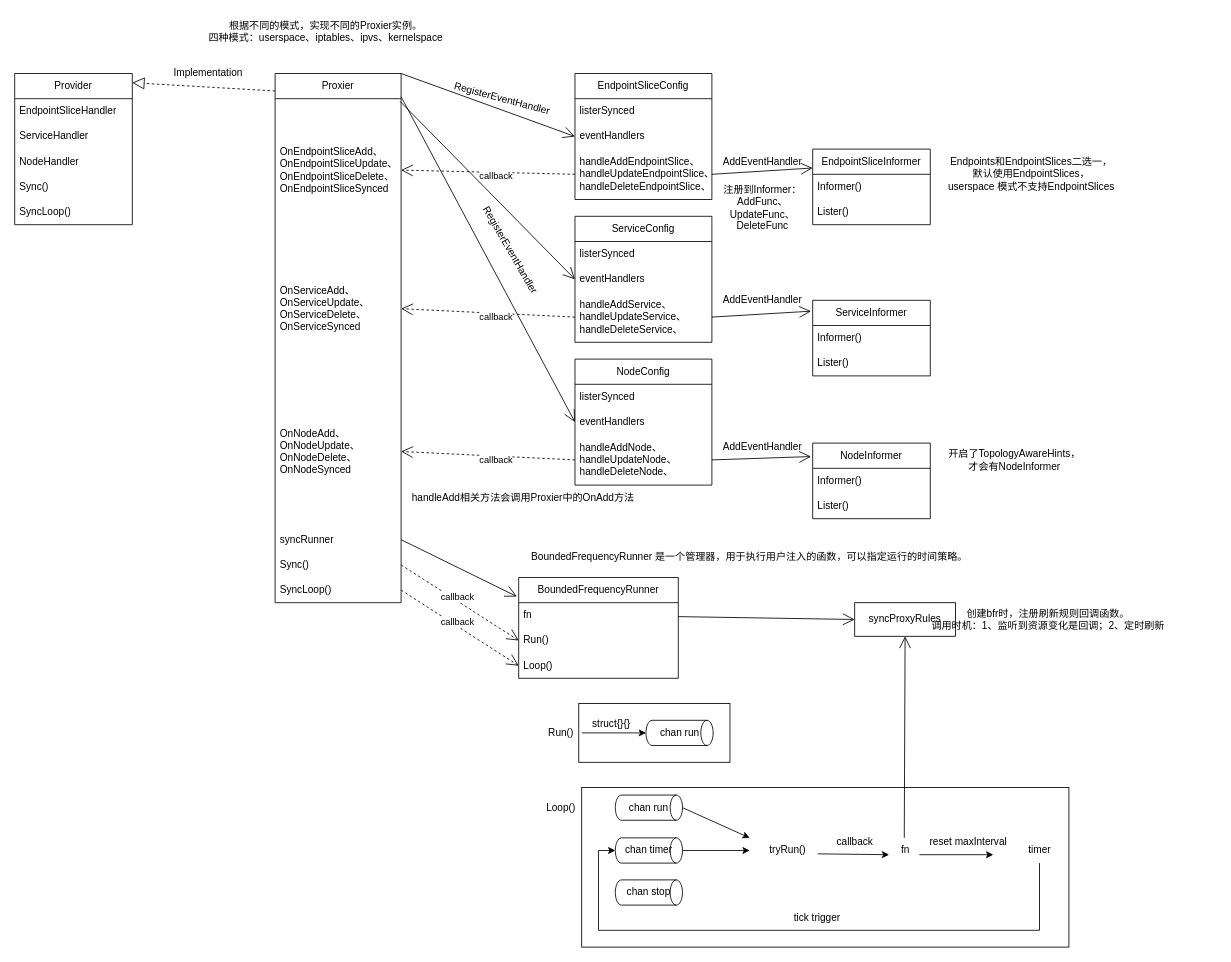
The draw.io diagram kube-proxy.drawio in Richard-Joe/draw-io, before the edit. Source tidied: cells renumbered, new cells numbered last; positions are measured from the earlier drawing's top-left corner, leaving out a move shared by most shapes. Both pictures are drawn from the tidied source at 84%, with x=0, y=0 at pixel (14, 14).
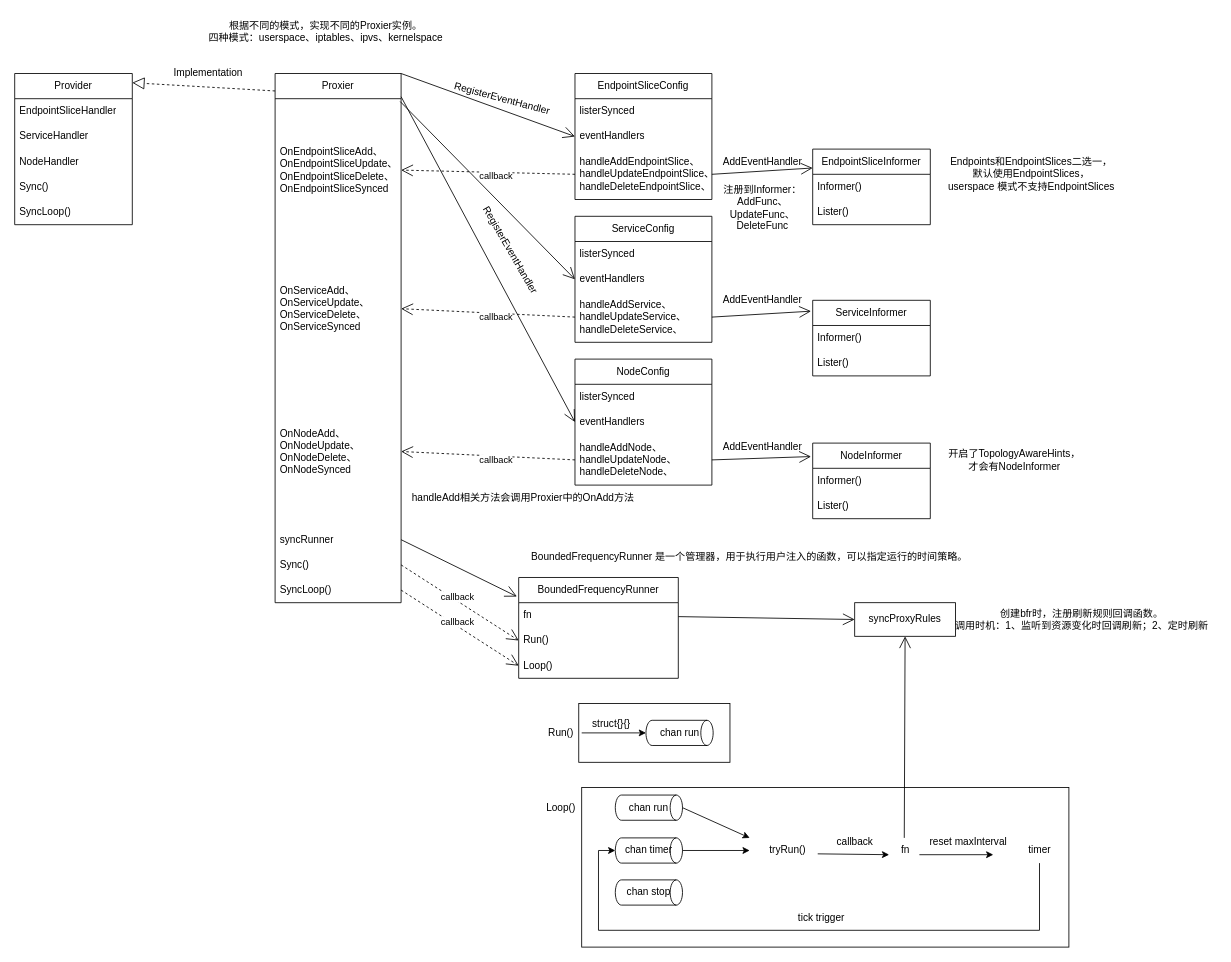
After the change.

The edit, as a diff of the source:
```diff
@@
     <mxCell id="90" value="tick trigger" style="text;html=1;align=center;verticalAlign=middle;strokeColor=none;fillColor=none;" parent="1" vertex="1">
-      <mxGeometry x="915" y="1060" width="80" height="30" as="geometry" />
+      <mxGeometry x="920" y="1060" width="80" height="30" as="geometry" />
     </mxCell>
@@
-    <mxCell id="94" value="创建bfr时，注册刷新规则回调函数。&lt;br&gt;调用时机：1、监听到资源变化是回调；2、定时刷新" style="text;html=1;align=center;verticalAlign=middle;strokeColor=none;fillColor=none;" parent="1" vertex="1">
-      <mxGeometry x="1080" y="700" width="300" height="40" as="geometry" />
+    <mxCell id="94" value="创建bfr时，注册刷新规则回调函数。&lt;br&gt;调用时机：1、监听到资源变化时回调刷新；2、定时刷新" style="text;html=1;align=center;verticalAlign=middle;strokeColor=none;fillColor=none;" parent="1" vertex="1">
+      <mxGeometry x="1110" y="700" width="320" height="40" as="geometry" />
     </mxCell>
```
